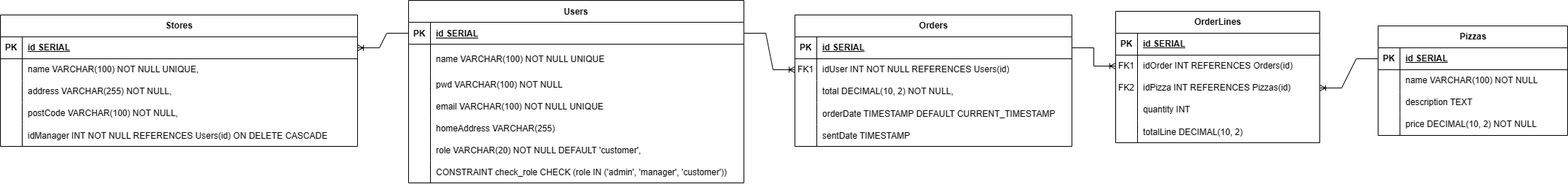
This is src/bd_info/modelo_ER.drawio.png from guoruipan/pitsa-jaus, a draw.io export, as it was before one commit. Source tidied: cells renumbered, new cells last; positions are measured from the earlier drawing's top-left corner, leaving out a move shared by most shapes.
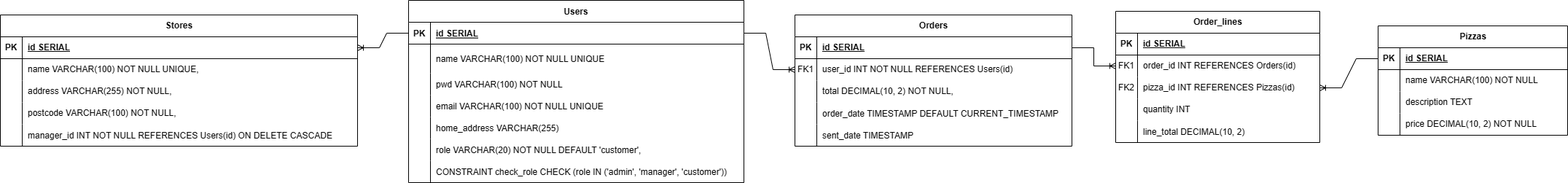
After the change.

Change to the diagram source:
```diff
@@ -86,7 +86,7 @@
     <mxCell id="29" style="shape=partialRectangle;fillColor=none;top=0;left=0;bottom=0;right=0;overflow=hidden;" parent="28" vertex="1">
       <mxGeometry width="30" height="30" as="geometry" />
     </mxCell>
-    <mxCell id="30" value="homeAddress VARCHAR(255)" style="shape=partialRectangle;fillColor=none;top=0;left=0;bottom=0;right=0;align=left;spacingLeft=6;overflow=hidden;" parent="28" vertex="1">
+    <mxCell id="30" value="home_address VARCHAR(255)" style="shape=partialRectangle;fillColor=none;top=0;left=0;bottom=0;right=0;align=left;spacingLeft=6;overflow=hidden;" parent="28" vertex="1">
       <mxGeometry x="30" width="430" height="30" as="geometry" />
     </mxCell>
     <mxCell id="31" style="shape=tableRow;horizontal=0;startSize=0;swimlaneHead=0;swimlaneBody=0;fillColor=none;top=0;left=0;right=0;bottom=0;" parent="15" vertex="1">
@@ -125,7 +125,7 @@
     <mxCell id="42" value="FK1" style="shape=partialRectangle;fillColor=none;top=0;left=0;bottom=0;right=0;overflow=hidden;whiteSpace=wrap;html=1;" parent="41" vertex="1">
       <mxGeometry width="30" height="30" as="geometry" />
     </mxCell>
-    <mxCell id="43" value="idUser INT NOT NULL REFERENCES Users(id)" style="shape=partialRectangle;fillColor=none;top=0;left=0;bottom=0;right=0;align=left;spacingLeft=6;overflow=hidden;whiteSpace=wrap;html=1;" parent="41" vertex="1">
+    <mxCell id="43" value="user_id INT NOT NULL REFERENCES Users(id)" style="shape=partialRectangle;fillColor=none;top=0;left=0;bottom=0;right=0;align=left;spacingLeft=6;overflow=hidden;whiteSpace=wrap;html=1;" parent="41" vertex="1">
       <mxGeometry x="30" width="350" height="30" as="geometry" />
     </mxCell>
     <mxCell id="44" style="shape=tableRow;horizontal=0;startSize=0;swimlaneHead=0;swimlaneBody=0;fillColor=none;top=0;left=0;right=0;bottom=0;" parent="37" vertex="1">
@@ -143,7 +143,7 @@
     <mxCell id="48" style="shape=partialRectangle;fillColor=none;top=0;left=0;bottom=0;right=0;overflow=hidden;" parent="47" vertex="1">
       <mxGeometry width="30" height="30" as="geometry" />
     </mxCell>
-    <mxCell id="49" value="orderDate TIMESTAMP DEFAULT CURRENT_TIMESTAMP" style="shape=partialRectangle;fillColor=none;top=0;left=0;bottom=0;right=0;align=left;spacingLeft=6;overflow=hidden;" parent="47" vertex="1">
+    <mxCell id="49" value="order_date TIMESTAMP DEFAULT CURRENT_TIMESTAMP" style="shape=partialRectangle;fillColor=none;top=0;left=0;bottom=0;right=0;align=left;spacingLeft=6;overflow=hidden;" parent="47" vertex="1">
       <mxGeometry x="30" width="350" height="30" as="geometry" />
     </mxCell>
     <mxCell id="50" style="shape=tableRow;horizontal=0;startSize=0;swimlaneHead=0;swimlaneBody=0;fillColor=none;top=0;left=0;right=0;bottom=0;" parent="37" vertex="1">
@@ -152,13 +152,13 @@
     <mxCell id="51" style="shape=partialRectangle;fillColor=none;top=0;left=0;bottom=0;right=0;overflow=hidden;" parent="50" vertex="1">
       <mxGeometry width="30" height="30" as="geometry" />
     </mxCell>
-    <mxCell id="52" value="sentDate TIMESTAMP" style="shape=partialRectangle;fillColor=none;top=0;left=0;bottom=0;right=0;align=left;spacingLeft=6;overflow=hidden;" parent="50" vertex="1">
+    <mxCell id="52" value="sent_date TIMESTAMP" style="shape=partialRectangle;fillColor=none;top=0;left=0;bottom=0;right=0;align=left;spacingLeft=6;overflow=hidden;" parent="50" vertex="1">
       <mxGeometry x="30" width="350" height="30" as="geometry" />
     </mxCell>
     <mxCell id="53" style="edgeStyle=entityRelationEdgeStyle;fontSize=12;html=1;endArrow=ERoneToMany;rounded=0;exitX=1;exitY=0.5;exitDx=0;exitDy=0;entryX=0;entryY=0.5;entryDx=0;entryDy=0;" parent="1" edge="1" source="16" target="41">
       <mxGeometry relative="1" as="geometry" />
     </mxCell>
-    <mxCell id="54" value="OrderLines" style="shape=table;startSize=30;rowLines=0;fontStyle=1;align=center;html=1;" parent="1" vertex="1">
+    <mxCell id="54" value="Order_lines" style="shape=table;startSize=30;rowLines=0;fontStyle=1;align=center;html=1;" parent="1" vertex="1">
       <mxGeometry x="1530" y="15" width="280" height="180" as="geometry" />
     </mxCell>
     <mxCell id="55" style="shape=tableRow;horizontal=0;startSize=0;swimlaneHead=0;swimlaneBody=0;fillColor=none;top=0;left=0;right=0;bottom=1;" parent="54" vertex="1">
@@ -176,7 +176,7 @@
     <mxCell id="59" value="FK1" style="shape=partialRectangle;fillColor=none;top=0;left=0;bottom=0;right=0;overflow=hidden;whiteSpace=wrap;html=1;" parent="58" vertex="1">
       <mxGeometry width="30" height="30" as="geometry" />
     </mxCell>
-    <mxCell id="60" value="idOrder INT REFERENCES Orders(id)" style="shape=partialRectangle;fillColor=none;top=0;left=0;bottom=0;right=0;align=left;spacingLeft=6;overflow=hidden;whiteSpace=wrap;html=1;" parent="58" vertex="1">
+    <mxCell id="60" value="order_id INT REFERENCES Orders(id)" style="shape=partialRectangle;fillColor=none;top=0;left=0;bottom=0;right=0;align=left;spacingLeft=6;overflow=hidden;whiteSpace=wrap;html=1;" parent="58" vertex="1">
       <mxGeometry x="30" width="250" height="30" as="geometry" />
     </mxCell>
     <mxCell id="61" style="shape=tableRow;horizontal=0;startSize=0;swimlaneHead=0;swimlaneBody=0;fillColor=none;points=[[0,0.5],[1,0.5]];portConstraint=eastwest;top=0;left=0;right=0;bottom=0;" parent="54" vertex="1">
@@ -185,7 +185,7 @@
     <mxCell id="62" value="FK2" style="shape=partialRectangle;fillColor=none;top=0;left=0;bottom=0;right=0;overflow=hidden;whiteSpace=wrap;html=1;" parent="61" vertex="1">
       <mxGeometry width="30" height="30" as="geometry" />
     </mxCell>
-    <mxCell id="63" value="idPizza INT REFERENCES Pizzas(id)" style="shape=partialRectangle;fillColor=none;top=0;left=0;bottom=0;right=0;align=left;spacingLeft=6;overflow=hidden;whiteSpace=wrap;html=1;" parent="61" vertex="1">
+    <mxCell id="63" value="pizza_id INT REFERENCES Pizzas(id)" style="shape=partialRectangle;fillColor=none;top=0;left=0;bottom=0;right=0;align=left;spacingLeft=6;overflow=hidden;whiteSpace=wrap;html=1;" parent="61" vertex="1">
       <mxGeometry x="30" width="250" height="30" as="geometry" />
     </mxCell>
     <mxCell id="64" style="shape=tableRow;horizontal=0;startSize=0;swimlaneHead=0;swimlaneBody=0;fillColor=none;top=0;left=0;right=0;bottom=0;" parent="54" vertex="1">
@@ -203,7 +203,7 @@
     <mxCell id="68" style="shape=partialRectangle;fillColor=none;top=0;left=0;bottom=0;right=0;overflow=hidden;" parent="67" vertex="1">
       <mxGeometry width="30" height="30" as="geometry" />
     </mxCell>
-    <mxCell id="69" value="totalLine DECIMAL(10, 2)" style="shape=partialRectangle;fillColor=none;top=0;left=0;bottom=0;right=0;align=left;spacingLeft=6;overflow=hidden;" parent="67" vertex="1">
+    <mxCell id="69" value="line_total DECIMAL(10, 2)" style="shape=partialRectangle;fillColor=none;top=0;left=0;bottom=0;right=0;align=left;spacingLeft=6;overflow=hidden;" parent="67" vertex="1">
       <mxGeometry x="30" width="250" height="30" as="geometry" />
     </mxCell>
     <mxCell id="70" style="edgeStyle=entityRelationEdgeStyle;fontSize=12;html=1;endArrow=ERoneToMany;rounded=0;exitX=1;exitY=0.5;exitDx=0;exitDy=0;entryX=0;entryY=0.5;entryDx=0;entryDy=0;" parent="1" edge="1" source="38" target="58">
@@ -248,7 +248,7 @@
     <mxCell id="83" style="shape=partialRectangle;fillColor=none;top=0;left=0;bottom=0;right=0;overflow=hidden;whiteSpace=wrap;html=1;" parent="82" vertex="1">
       <mxGeometry width="30" height="30" as="geometry" />
     </mxCell>
-    <mxCell id="84" value="postCode VARCHAR(100) NOT NULL," style="shape=partialRectangle;fillColor=none;top=0;left=0;bottom=0;right=0;align=left;spacingLeft=6;overflow=hidden;whiteSpace=wrap;html=1;" parent="82" vertex="1">
+    <mxCell id="84" value="postcode VARCHAR(100) NOT NULL," style="shape=partialRectangle;fillColor=none;top=0;left=0;bottom=0;right=0;align=left;spacingLeft=6;overflow=hidden;whiteSpace=wrap;html=1;" parent="82" vertex="1">
       <mxGeometry x="30" width="460" height="30" as="geometry" />
     </mxCell>
     <mxCell id="85" style="shape=tableRow;horizontal=0;startSize=0;swimlaneHead=0;swimlaneBody=0;fillColor=none;top=0;left=0;right=0;bottom=0;" parent="72" vertex="1">
@@ -257,7 +257,7 @@
     <mxCell id="86" style="shape=partialRectangle;fillColor=none;top=0;left=0;bottom=0;right=0;overflow=hidden;" parent="85" vertex="1">
       <mxGeometry width="30" height="30" as="geometry" />
     </mxCell>
-    <mxCell id="87" value="idManager INT NOT NULL REFERENCES Users(id) ON DELETE CASCADE" style="shape=partialRectangle;fillColor=none;top=0;left=0;bottom=0;right=0;align=left;spacingLeft=6;overflow=hidden;" parent="85" vertex="1">
+    <mxCell id="87" value="manager_id INT NOT NULL REFERENCES Users(id) ON DELETE CASCADE" style="shape=partialRectangle;fillColor=none;top=0;left=0;bottom=0;right=0;align=left;spacingLeft=6;overflow=hidden;" parent="85" vertex="1">
       <mxGeometry x="30" width="460" height="30" as="geometry" />
     </mxCell>
     <mxCell id="88" style="edgeStyle=entityRelationEdgeStyle;fontSize=12;html=1;endArrow=ERoneToMany;rounded=0;exitX=0;exitY=0.5;exitDx=0;exitDy=0;entryX=1;entryY=0.5;entryDx=0;entryDy=0;" parent="1" edge="1" source="16" target="73">
```
